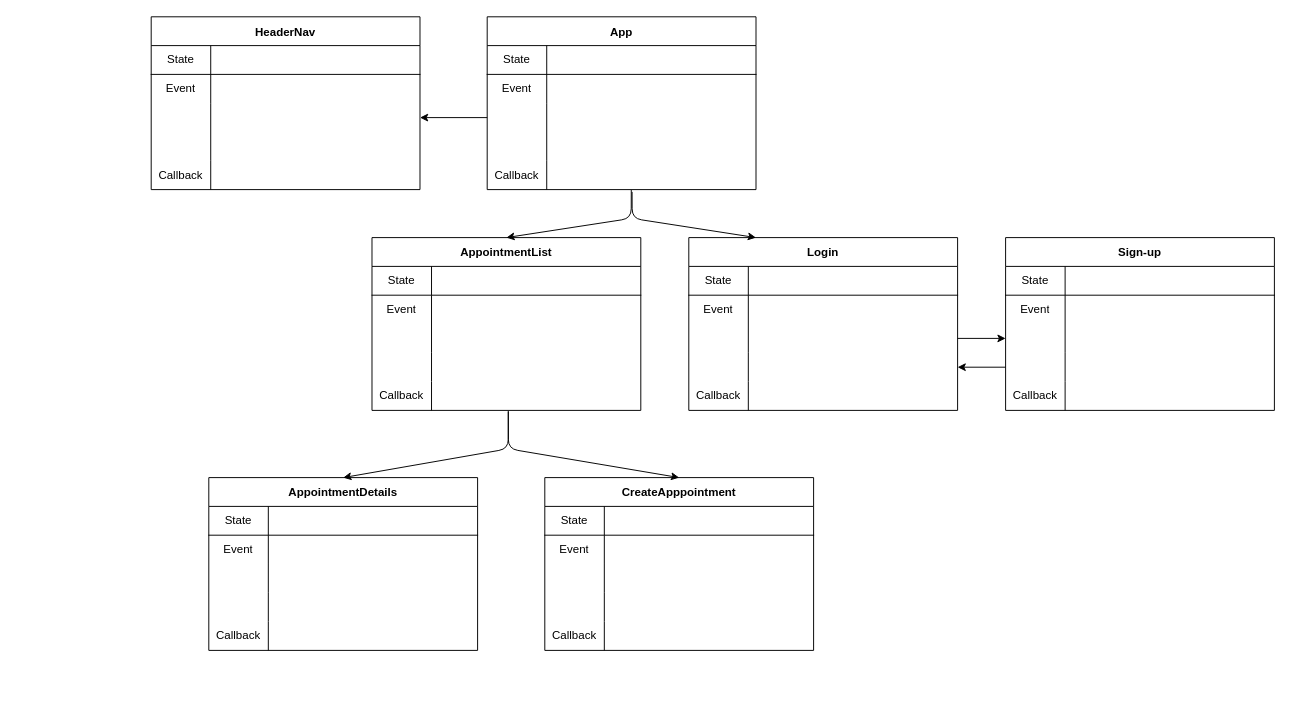
Above: componentHierarchy.drawio in learn-co-curriculum/project-template-react-rails-api (draw.io), before the change. Source tidied: cells renumbered, new cells numbered last; positions are measured from the earlier drawing's top-left corner, leaving out a move shared by most shapes. Both pictures are drawn from the tidied source at 96%, with x=0, y=0 at pixel (151, 16).
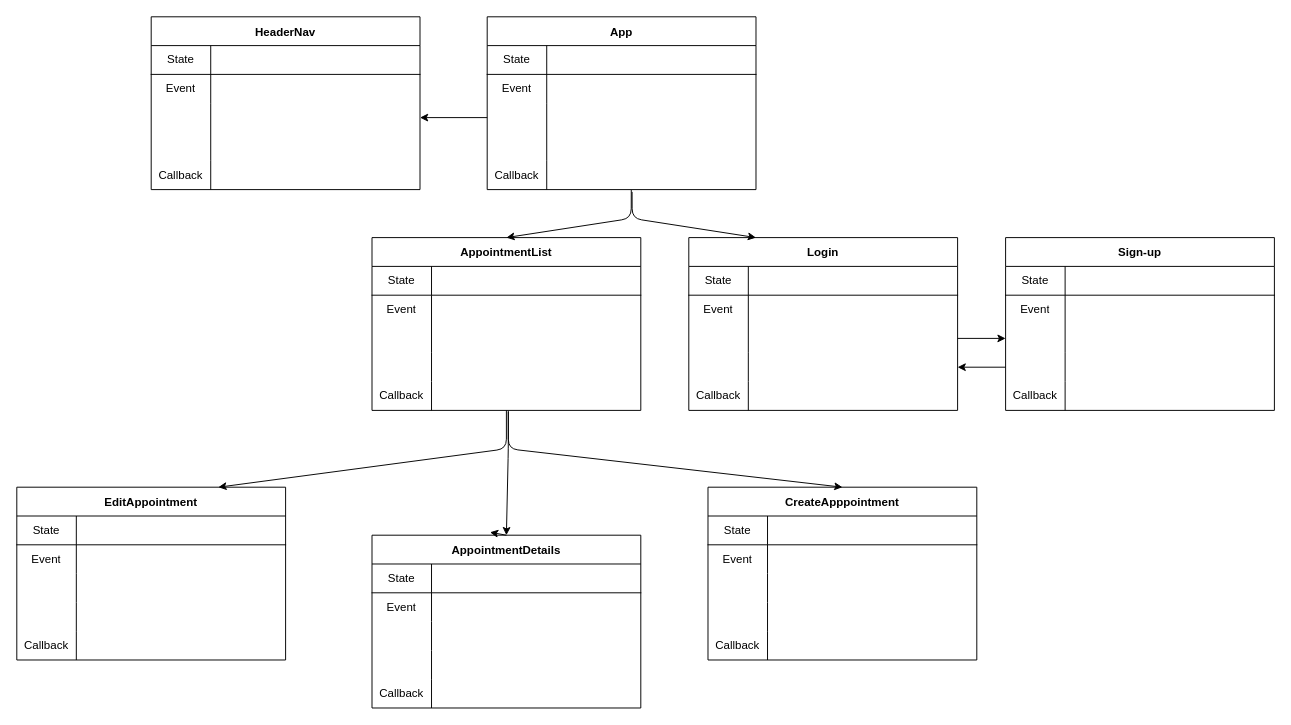
Above is the later version.

Diff of the diagram source:
```diff
@@
     <mxCell id="66" value="CreateApppointment" style="shape=table;startSize=30;childLayout=tableLayout;rowLines=0;fontStyle=1;align=center;" parent="1" vertex="1">
-      <mxGeometry x="410" y="480" width="280" height="180" as="geometry" />
+      <mxGeometry x="580" y="490" width="280" height="180" as="geometry" />
     </mxCell>
@@
     <mxCell id="82" value="AppointmentDetails" style="shape=table;startSize=30;childLayout=tableLayout;rowLines=0;fontStyle=1;align=center;" parent="1" vertex="1">
-      <mxGeometry x="60" y="480" width="280" height="180" as="geometry" />
+      <mxGeometry x="230" y="540" width="280" height="180" as="geometry" />
     </mxCell>
@@
+    <mxCell id="121" value="EditAppointment" style="shape=table;startSize=30;childLayout=tableLayout;rowLines=0;fontStyle=1;align=center;" parent="1" vertex="1">
+      <mxGeometry x="-140" y="490" width="280" height="180" as="geometry" />
+    </mxCell>
+    <mxCell id="122" style="shape=partialRectangle;html=1;whiteSpace=wrap;fillColor=none;top=0;left=0;bottom=1;right=0;" parent="121" vertex="1">
+      <mxGeometry y="30" width="280" height="30" as="geometry" />
+    </mxCell>
+    <mxCell id="123" value="State" style="shape=partialRectangle;html=1;whiteSpace=wrap;fillColor=none;top=0;left=0;bottom=0;right=0;overflow=hidden;" parent="122" vertex="1">
+      <mxGeometry width="62" height="30" as="geometry" />
+    </mxCell>
+    <mxCell id="124" style="shape=partialRectangle;html=1;whiteSpace=wrap;fillColor=none;top=0;left=0;bottom=0;right=0;align=left;spacingLeft=6;overflow=hidden;" parent="122" vertex="1">
+      <mxGeometry x="62" width="218" height="30" as="geometry" />
+    </mxCell>
+    <mxCell id="125" style="shape=partialRectangle;html=1;whiteSpace=wrap;fillColor=none;top=0;left=0;bottom=0;right=0;" parent="121" vertex="1">
+      <mxGeometry y="60" width="280" height="30" as="geometry" />
+    </mxCell>
+    <mxCell id="126" value="Event" style="shape=partialRectangle;html=1;whiteSpace=wrap;fillColor=none;top=0;left=0;bottom=0;right=0;overflow=hidden;" parent="125" vertex="1">
+      <mxGeometry width="62" height="30" as="geometry" />
+    </mxCell>
+    <mxCell id="127" style="shape=partialRectangle;html=1;whiteSpace=wrap;fillColor=none;top=0;left=0;bottom=0;right=0;align=left;spacingLeft=6;overflow=hidden;" parent="125" vertex="1">
+      <mxGeometry x="62" width="218" height="30" as="geometry" />
+    </mxCell>
+    <mxCell id="128" style="shape=partialRectangle;html=1;whiteSpace=wrap;fillColor=none;top=0;left=0;bottom=0;right=0;" parent="121" vertex="1">
+      <mxGeometry y="90" width="280" height="30" as="geometry" />
+    </mxCell>
+    <mxCell id="129" style="shape=partialRectangle;html=1;whiteSpace=wrap;fillColor=none;top=0;left=0;bottom=0;right=0;overflow=hidden;" parent="128" vertex="1">
+      <mxGeometry width="62" height="30" as="geometry" />
+    </mxCell>
+    <mxCell id="130" style="shape=partialRectangle;html=1;whiteSpace=wrap;fillColor=none;top=0;left=0;bottom=0;right=0;align=left;spacingLeft=6;overflow=hidden;" parent="128" vertex="1">
+      <mxGeometry x="62" width="218" height="30" as="geometry" />
+    </mxCell>
+    <mxCell id="131" style="shape=partialRectangle;html=1;whiteSpace=wrap;fillColor=none;top=0;left=0;bottom=0;right=0;" parent="121" vertex="1">
+      <mxGeometry y="120" width="280" height="30" as="geometry" />
+    </mxCell>
+    <mxCell id="132" style="shape=partialRectangle;html=1;whiteSpace=wrap;fillColor=none;top=0;left=0;bottom=0;right=0;overflow=hidden;" parent="131" vertex="1">
+      <mxGeometry width="62" height="30" as="geometry" />
+    </mxCell>
+    <mxCell id="133" style="shape=partialRectangle;html=1;whiteSpace=wrap;fillColor=none;top=0;left=0;bottom=0;right=0;align=left;spacingLeft=6;overflow=hidden;" parent="131" vertex="1">
+      <mxGeometry x="62" width="218" height="30" as="geometry" />
+    </mxCell>
+    <mxCell id="134" style="shape=partialRectangle;html=1;whiteSpace=wrap;fillColor=none;top=0;left=0;bottom=0;right=0;" parent="121" vertex="1">
+      <mxGeometry y="150" width="280" height="30" as="geometry" />
+    </mxCell>
+    <mxCell id="135" value="Callback" style="shape=partialRectangle;html=1;whiteSpace=wrap;fillColor=none;top=0;left=0;bottom=0;right=0;overflow=hidden;" parent="134" vertex="1">
+      <mxGeometry width="62" height="30" as="geometry" />
+    </mxCell>
+    <mxCell id="136" style="shape=partialRectangle;html=1;whiteSpace=wrap;fillColor=none;top=0;left=0;bottom=0;right=0;align=left;spacingLeft=6;overflow=hidden;" parent="134" vertex="1">
+      <mxGeometry x="62" width="218" height="30" as="geometry" />
+    </mxCell>
+    <mxCell id="137" style="edgeStyle=none;html=1;exitX=0.5;exitY=0;exitDx=0;exitDy=0;entryX=0.439;entryY=-0.017;entryDx=0;entryDy=0;entryPerimeter=0;" parent="1" edge="1" source="82" target="82">
+      <mxGeometry relative="1" as="geometry" />
+    </mxCell>
+    <mxCell id="138" style="edgeStyle=none;html=1;entryX=0.75;entryY=0;entryDx=0;entryDy=0;" parent="1" edge="1" target="121">
+      <mxGeometry relative="1" as="geometry">
+        <mxPoint x="370" y="410" as="sourcePoint" />
+        <Array as="points">
+          <mxPoint x="370" y="450" />
+        </Array>
+      </mxGeometry>
+    </mxCell>
```
